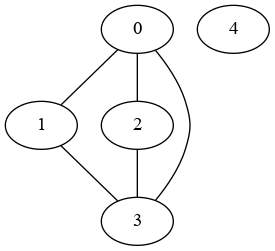
Earlier version of the Graphviz export docs/mp2i/files/C17/temp.png (fabricenativel/cpge-info). Its source is kept beside it as docs/mp2i/files/C17/temp.gv.
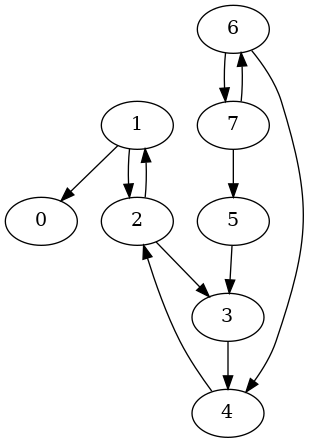
Above is the later version.

Change to the diagram source:
```diff
@@ -1,13 +1,21 @@
-graph mygraph {
+digraph mygraph {
 0
 1
-1 -- 0
+1 -> 0
+1 -> 2
 2
-2 -- 0
+2 -> 1
+2 -> 3
 3
-3 -- 1
-3 -- 0
+3 -> 4
 4
-4 -- 2
+4 -> 2
 5
+5 -> 3
+6
+6 -> 4
+6 -> 7
+7
+7 -> 5
+7 -> 6
 }
```
